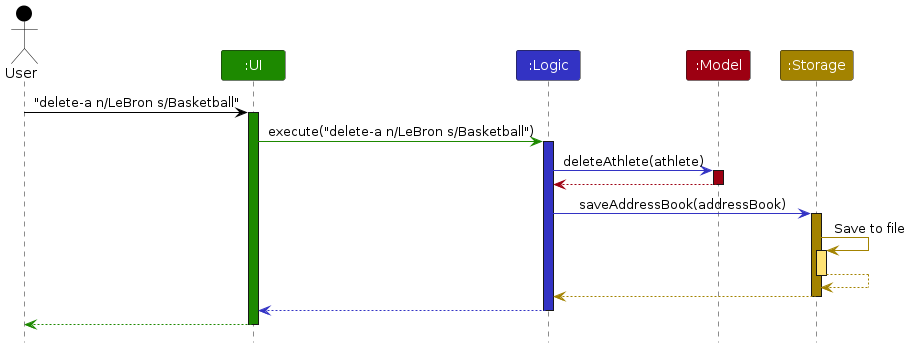
AY2526S1-CS2103T-F13-3/tp keeps this PlantUML diagram as diagrams/ArchitectureSequenceDiagram.png. Above is the earlier version. Its source is kept beside it as diagrams/ArchitectureSequenceDiagram.puml. Its diagram source:
```plantuml
@startuml
!include style.puml
skinparam ArrowFontStyle plain

Actor User as user USER_COLOR
Participant ":UI" as ui UI_COLOR
Participant ":Logic" as logic LOGIC_COLOR
Participant ":Model" as model MODEL_COLOR
Participant ":Storage" as storage STORAGE_COLOR

user -[USER_COLOR]> ui : "delete-a n/LeBron s/Basketball"
activate ui UI_COLOR

ui -[UI_COLOR]> logic : execute("delete-a n/LeBron s/Basketball")
activate logic LOGIC_COLOR

logic -[LOGIC_COLOR]> model : deleteAthlete(athlete)
activate model MODEL_COLOR

model -[MODEL_COLOR]-> logic
deactivate model

logic -[LOGIC_COLOR]> storage : saveAddressBook(addressBook)
activate storage STORAGE_COLOR

storage -[STORAGE_COLOR]> storage : Save to file
activate storage STORAGE_COLOR_T1
storage --[STORAGE_COLOR]> storage
deactivate storage

storage --[STORAGE_COLOR]> logic
deactivate storage

logic --[LOGIC_COLOR]> ui
deactivate logic

ui--[UI_COLOR]> user
deactivate ui
@enduml
```
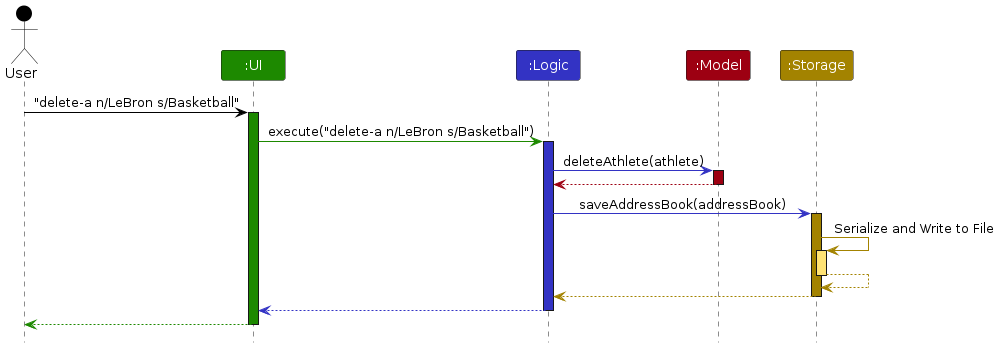
After the change.

Change to the diagram source:
```diff
@@ -23,7 +23,7 @@
 logic -[LOGIC_COLOR]> storage : saveAddressBook(addressBook)
 activate storage STORAGE_COLOR
 
-storage -[STORAGE_COLOR]> storage : Save to file
+storage -[STORAGE_COLOR]> storage : Serialize and Write to File
 activate storage STORAGE_COLOR_T1
 storage --[STORAGE_COLOR]> storage
 deactivate storage
```
